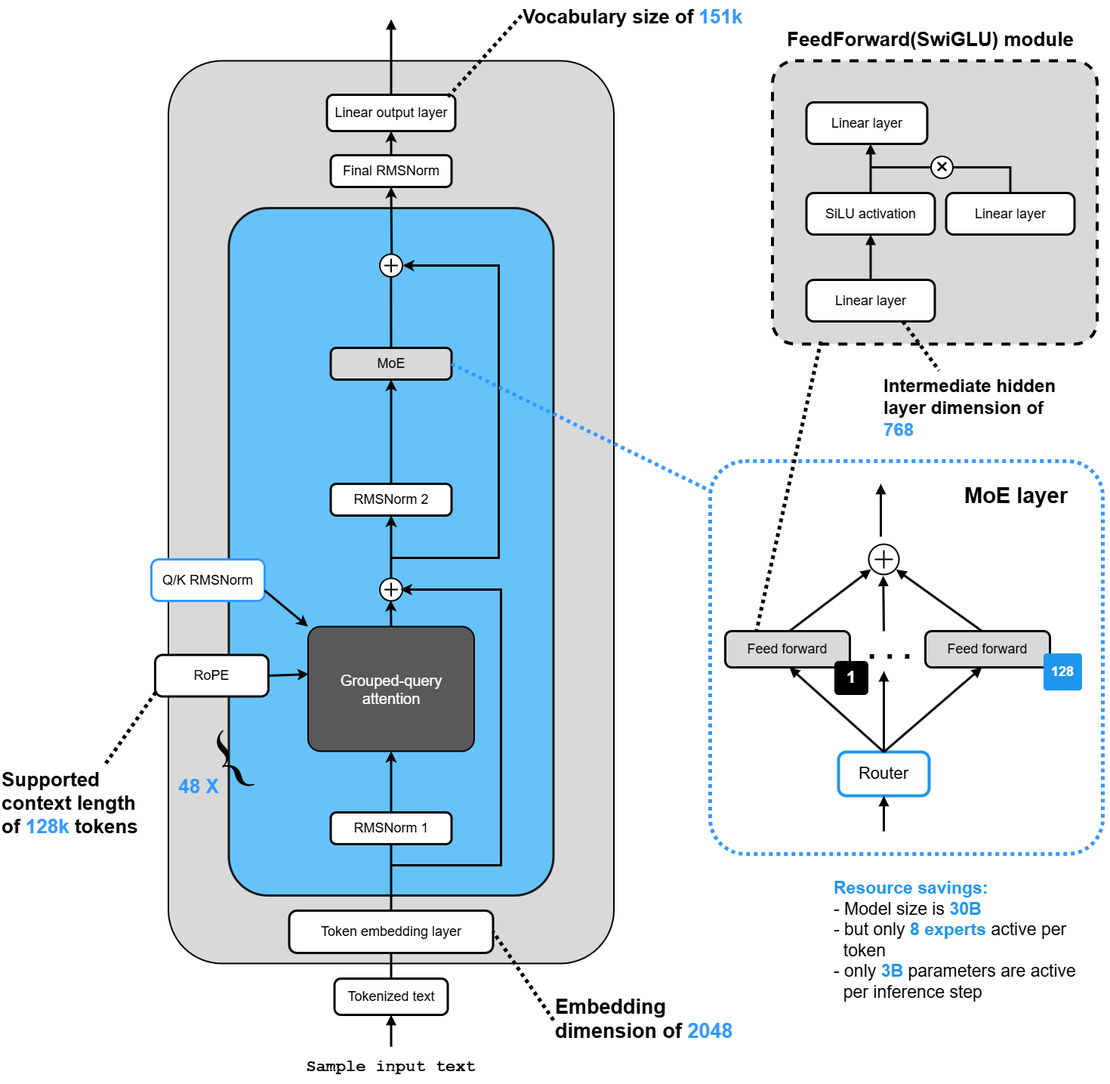
Before: Models/Qwen/Qwen3(30B-A3B).drawio.png, a diagram exported from draw.io (EarthWind/deeparch). Source tidied: cells renumbered, new cells last; positions are measured from the earlier drawing's top-left corner, leaving out a move shared by most shapes.
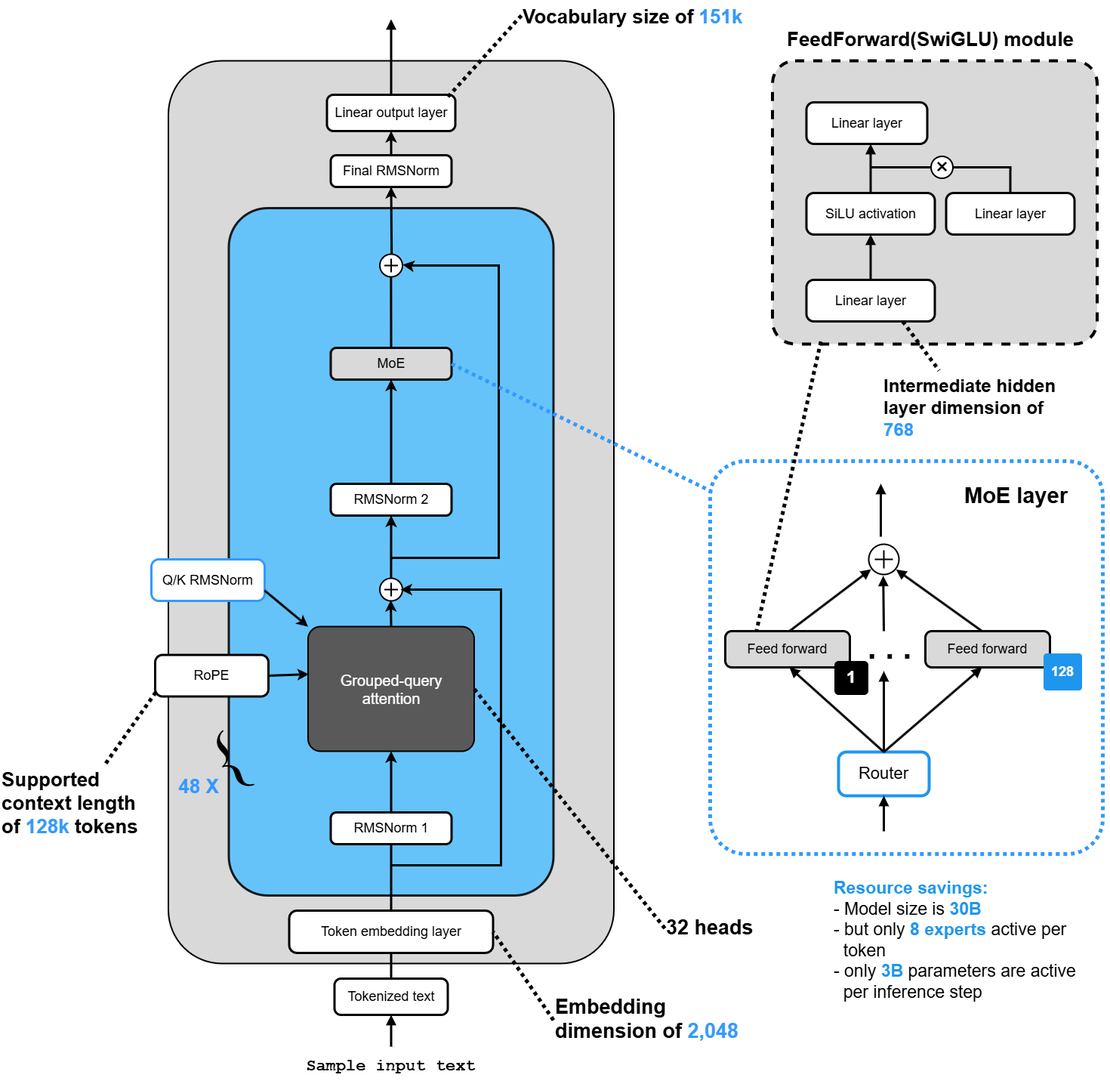
Above is the later version.

What changed in the source:
```diff
@@ -66,7 +66,7 @@
     <mxCell id="21" style="endArrow=none;html=1;rounded=0;strokeWidth=5;strokeColor=#000000;dashed=1;dashPattern=1 1;entryX=0.005;entryY=0.899;entryDx=0;entryDy=0;entryPerimeter=0;" parent="1" edge="1" source="20" target="14">
       <mxGeometry relative="1" as="geometry" />
     </mxCell>
-    <mxCell id="22" value="Embedding&lt;br&gt;dimension of &lt;font color=&quot;#3399ff&quot;&gt;2048&lt;/font&gt;" style="text;html=1;strokeColor=none;fillColor=none;align=left;verticalAlign=top;whiteSpace=wrap;rounded=0;fontFamily=Arial;fontStyle=1;fontSize=28;fontColor=#000000;fontSize=27;" parent="1" vertex="1">
+    <mxCell id="22" value="Embedding&lt;br&gt;dimension of &lt;font color=&quot;#3399ff&quot;&gt;2,048&lt;/font&gt;" style="text;html=1;strokeColor=none;fillColor=none;align=left;verticalAlign=top;whiteSpace=wrap;rounded=0;fontFamily=Arial;fontStyle=1;fontSize=28;fontColor=#000000;fontSize=27;" parent="1" vertex="1">
       <mxGeometry x="732.5" y="1310" width="250" height="80" as="geometry" />
     </mxCell>
     <mxCell id="23" style="endArrow=none;html=1;rounded=0;strokeWidth=5;strokeColor=#000000;dashed=1;dashPattern=1 1;exitX=0;exitY=0.5;exitDx=0;exitDy=0;entryX=1;entryY=0.5;entryDx=0;entryDy=0;" parent="1" edge="1" source="22" target="12">
@@ -267,5 +267,11 @@
     <mxCell id="72" style="endArrow=none;html=1;rounded=0;strokeWidth=5;strokeColor=#3399FF;dashed=1;dashPattern=1 1;exitX=1;exitY=0.5;exitDx=0;exitDy=0;entryX=0.003;entryY=0.077;entryDx=0;entryDy=0;entryPerimeter=0;" parent="1" edge="1" source="9" target="52">
       <mxGeometry relative="1" as="geometry" />
     </mxCell>
+    <mxCell id="73" value="32 heads" style="text;html=1;strokeColor=none;fillColor=none;align=left;verticalAlign=top;whiteSpace=wrap;rounded=0;fontFamily=Arial;fontStyle=1;fontSize=28;fontColor=#000000;fontSize=27;" parent="1" vertex="1">
+      <mxGeometry x="880" y="1205" width="130" height="47" as="geometry" />
+    </mxCell>
+    <mxCell id="74" style="endArrow=none;html=1;rounded=0;strokeWidth=5;strokeColor=#000000;dashed=1;dashPattern=1 1;exitX=0;exitY=0.5;exitDx=0;exitDy=0;entryX=1;entryY=0.5;entryDx=0;entryDy=0;" parent="1" edge="1" source="73" target="11">
+      <mxGeometry relative="1" as="geometry" />
+    </mxCell>
   </root>
 </mxGraphModel>
```
